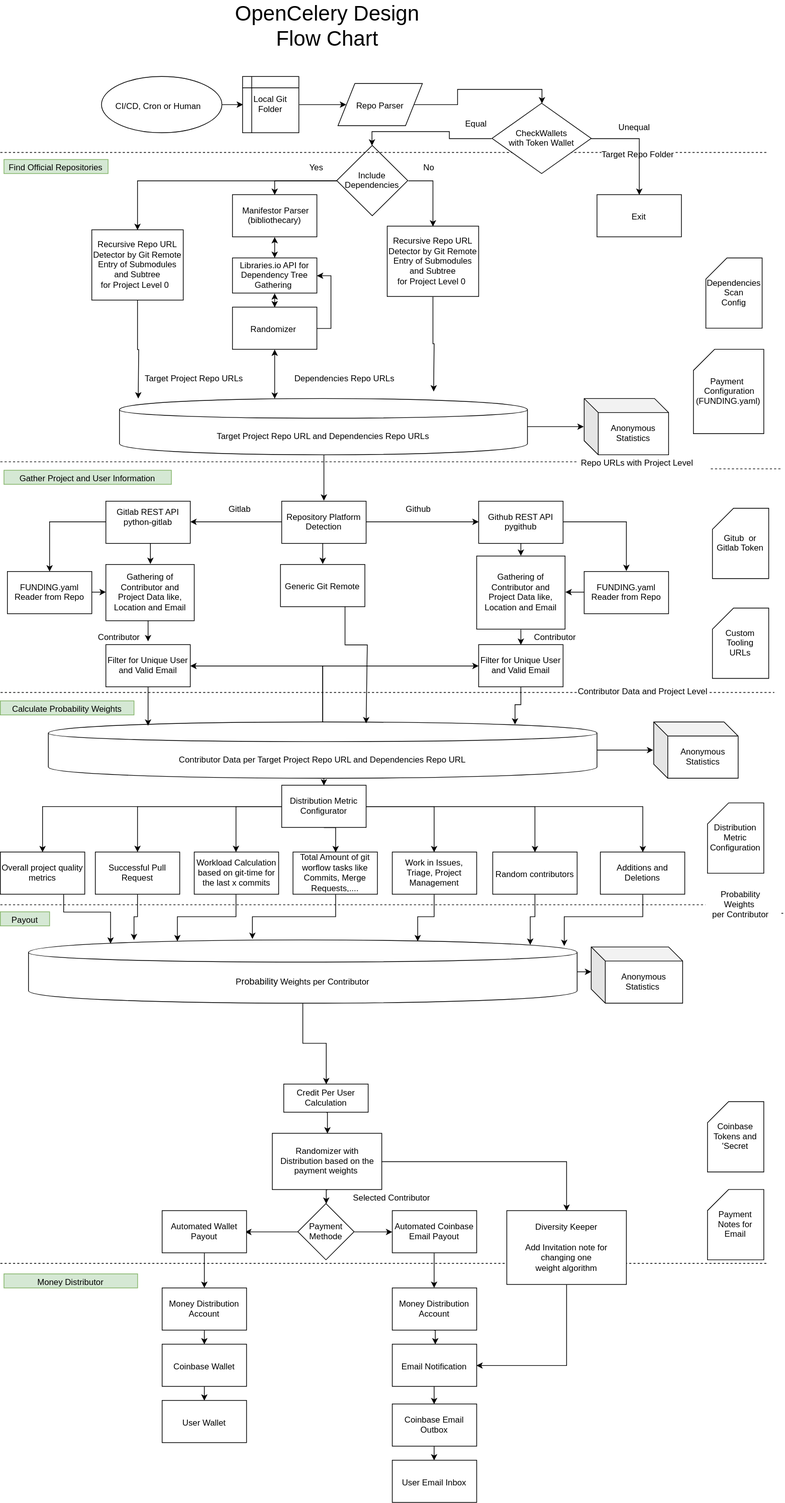
The draw.io diagram docs/design/opencelery.svg in protontypes/LibreSelery, before a commit. Source tidied: cells renumbered, new cells last; positions are measured from the earlier drawing's top-left corner, leaving out a move shared by most shapes.
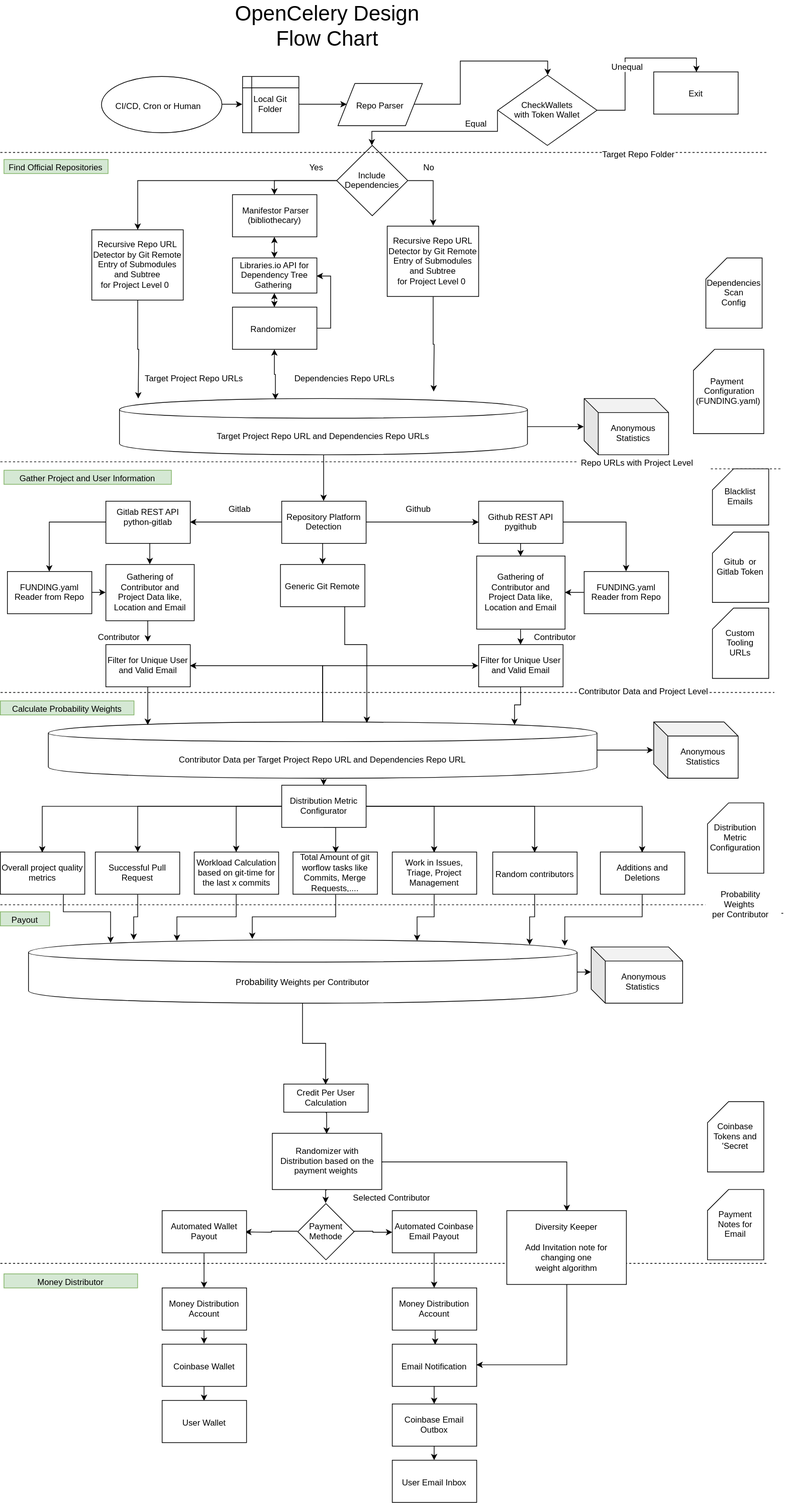
The same file after the commit.

Commit message:
added blacklist list to design chart

Diff of the diagram source:
```diff
@@ -94,7 +94,7 @@
       <mxGeometry x="130" y="878" width="80" height="20" as="geometry" />
     </mxCell>
     <mxCell id="31" value="Gitub&amp;nbsp; or Gitlab Token" style="shape=card;whiteSpace=wrap;html=1;" parent="1" vertex="1">
-      <mxGeometry x="1012.3" y="706" width="80" height="100" as="geometry" />
+      <mxGeometry x="1012.3" y="740" width="80" height="100" as="geometry" />
     </mxCell>
     <mxCell id="32" style="edgeStyle=orthogonalEdgeStyle;rounded=0;jettySize=auto;html=1;exitX=0.5;exitY=1;exitDx=0;exitDy=0;entryX=0.182;entryY=0.06;entryDx=0;entryDy=0;entryPerimeter=0;" parent="1" edge="1" source="33" target="29">
       <mxGeometry relative="1" as="geometry" />
@@ -466,7 +466,7 @@
       <mxGeometry x="398.2" y="786" width="120" height="60" as="geometry" />
     </mxCell>
     <mxCell id="141" value="Exit" style="rounded=0;whiteSpace=wrap;html=1;" parent="1" vertex="1">
-      <mxGeometry x="848.2" y="260" width="120" height="60" as="geometry" />
+      <mxGeometry x="928.9" y="85.4" width="120" height="60" as="geometry" />
     </mxCell>
     <mxCell id="142" style="edgeStyle=orthogonalEdgeStyle;rounded=0;jettySize=auto;html=1;exitX=1;exitY=0.5;exitDx=0;exitDy=0;entryX=0.5;entryY=0;entryDx=0;entryDy=0;" parent="1" edge="1" source="145" target="141">
       <mxGeometry relative="1" as="geometry" />
@@ -477,10 +477,15 @@
       </mxGeometry>
     </mxCell>
     <mxCell id="144" style="edgeStyle=orthogonalEdgeStyle;rounded=0;jettySize=auto;html=1;exitX=0;exitY=0.5;exitDx=0;exitDy=0;entryX=0.5;entryY=0;entryDx=0;entryDy=0;" parent="1" edge="1" source="145" target="48">
-      <mxGeometry relative="1" as="geometry" />
+      <mxGeometry relative="1" as="geometry">
+        <Array as="points">
+          <mxPoint x="707" y="170" />
+          <mxPoint x="528" y="170" />
+        </Array>
+      </mxGeometry>
     </mxCell>
     <mxCell id="145" value="CheckWallets &lt;br&gt;with Token Wallet" style="rhombus;whiteSpace=wrap;html=1;" parent="1" vertex="1">
-      <mxGeometry x="699" y="130" width="141" height="100" as="geometry" />
+      <mxGeometry x="707.2" y="90" width="141" height="100" as="geometry" />
     </mxCell>
     <mxCell id="146" value="Equal" style="text;html=1;align=center;verticalAlign=middle;labelBackgroundColor=#ffffff;" parent="1" vertex="1">
       <mxGeometry x="670" y="172" as="geometry">
@@ -498,5 +503,8 @@
     <mxCell id="148" value="Overall project quality metrics" style="rounded=0;whiteSpace=wrap;html=1;" parent="1" vertex="1">
       <mxGeometry y="1195" width="120" height="60" as="geometry" />
     </mxCell>
+    <mxCell id="149" value="Blacklist&lt;br&gt;Emails" style="shape=card;whiteSpace=wrap;html=1;" parent="1" vertex="1">
+      <mxGeometry x="1012.3" y="650" width="80" height="80" as="geometry" />
+    </mxCell>
   </root>
 </mxGraphModel>
```
